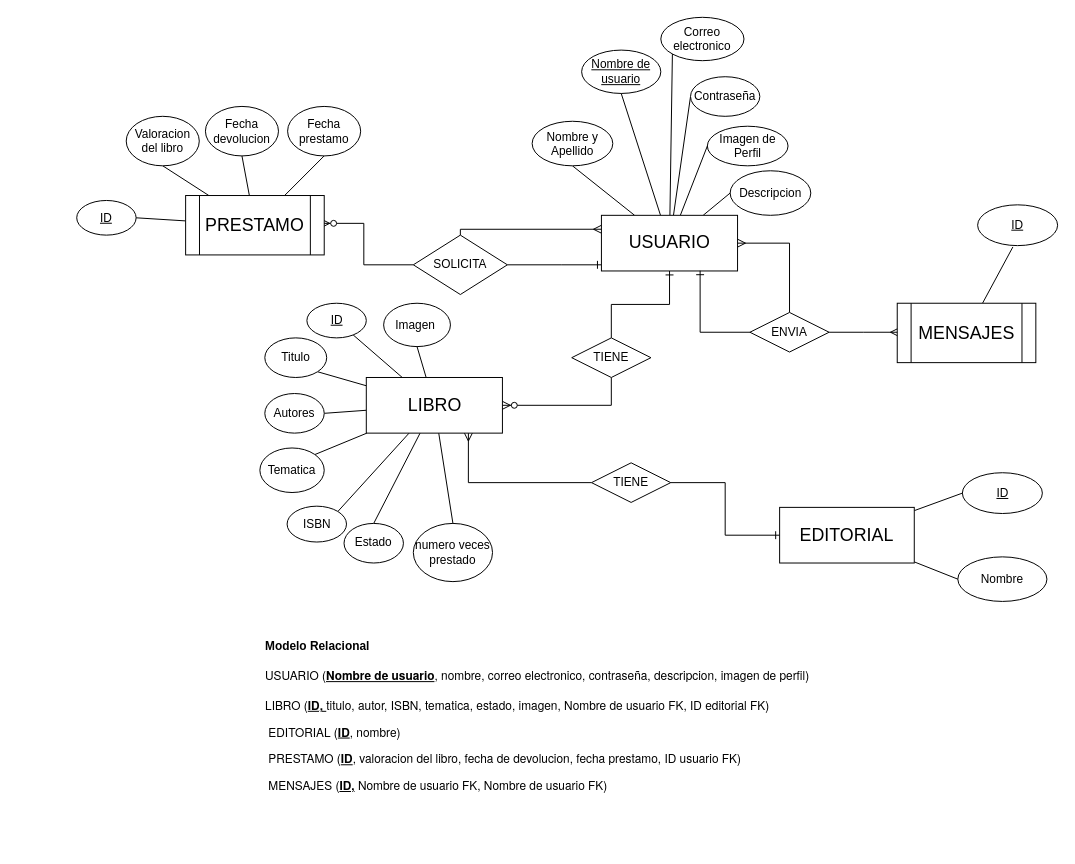
Earlier version of the draw.io diagram PROYECTO PRESTAMO LIBROS - EQUIPO 6.drawio (team-6-Java/Biblioteca-BasesDatos). Source tidied: cells renumbered, new cells numbered last; positions are measured from the earlier drawing's top-left corner, leaving out a move shared by most shapes. Both pictures are drawn from the tidied source at 99%, with x=0, y=0 at pixel (76, 17).
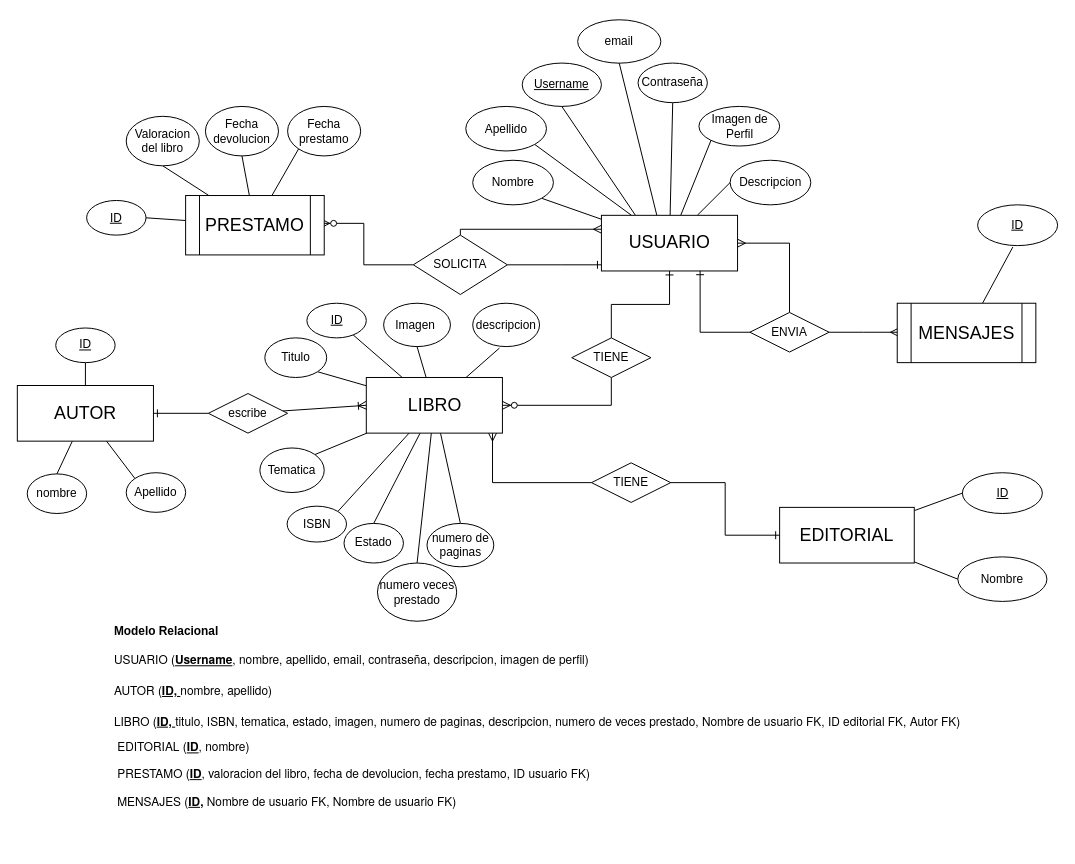
Above is the later version.

Unchanged cells that the change refers to:
```xml
<mxCell id="14" value="&lt;font style=&quot;font-size: 18px&quot;&gt;LIBRO&lt;/font&gt;" style="whiteSpace=wrap;html=1;align=center;" parent="1" vertex="1">
  <mxGeometry x="292.5" y="363.8" width="137.5" height="56.2" as="geometry" />
</mxCell>
<mxCell id="40" value="&lt;font style=&quot;font-size: 18px&quot;&gt;USUARIO&lt;br&gt;&lt;/font&gt;" style="whiteSpace=wrap;html=1;align=center;" parent="1" vertex="1">
  <mxGeometry x="530" y="200" width="137.5" height="56.2" as="geometry" />
</mxCell>
<mxCell id="45" value="TIENE" style="shape=rhombus;perimeter=rhombusPerimeter;whiteSpace=wrap;html=1;align=center;" parent="1" vertex="1">
  <mxGeometry x="520" y="450" width="80" height="40" as="geometry" />
</mxCell>
<mxCell id="51" value="Fecha prestamo" style="ellipse;whiteSpace=wrap;html=1;" parent="1" vertex="1">
  <mxGeometry x="213" y="90" width="73.8" height="50" as="geometry" />
</mxCell>
<mxCell id="57" value="&lt;span style=&quot;font-size: 18px&quot;&gt;PRESTAMO&lt;/span&gt;" style="shape=process;whiteSpace=wrap;html=1;backgroundOutline=1;" parent="1" vertex="1">
  <mxGeometry x="110" y="180" width="140" height="60" as="geometry" />
</mxCell>
```

Change to the diagram source:
```diff
@@
-    <mxCell id="5" style="edgeStyle=orthogonalEdgeStyle;rounded=0;jettySize=auto;html=1;entryX=0;entryY=0.5;entryDx=0;entryDy=0;endArrow=none;endFill=0;startArrow=ERmany;startFill=0;exitX=0.75;exitY=1;exitDx=0;exitDy=0;" parent="1" edge="1" source="14" target="45">
+    <mxCell id="5" style="edgeStyle=orthogonalEdgeStyle;rounded=0;jettySize=auto;html=1;entryX=0;entryY=0.5;entryDx=0;entryDy=0;endArrow=none;endFill=0;startArrow=ERmany;startFill=0;" parent="1" edge="1" source="14" target="45">
       <mxGeometry relative="1" as="geometry">
         <Array as="points">
-          <mxPoint x="396" y="470" />
+          <mxPoint x="420" y="470" />
         </Array>
       </mxGeometry>
     </mxCell>
@@
-    <mxCell id="9" style="edgeStyle=none;rounded=0;jettySize=auto;html=1;entryX=1;entryY=0.5;entryDx=0;entryDy=0;endArrow=none;endFill=0;" parent="1" edge="1" source="14" target="23">
-      <mxGeometry relative="1" as="geometry" />
-    </mxCell>
@@
+    <mxCell id="65" style="edgeStyle=none;rounded=0;jettySize=auto;html=1;entryX=0.5;entryY=0;entryDx=0;entryDy=0;endArrow=none;endFill=0;" parent="1" edge="1" source="14" target="68">
+      <mxGeometry relative="1" as="geometry" />
+    </mxCell>
+    <mxCell id="66" style="edgeStyle=none;rounded=0;jettySize=auto;html=1;entryX=0.4;entryY=1.034;entryDx=0;entryDy=0;entryPerimeter=0;endArrow=none;endFill=0;" parent="1" edge="1" source="14" target="70">
+      <mxGeometry relative="1" as="geometry" />
+    </mxCell>
@@
-    <mxCell id="15" value="Correo electronico" style="ellipse;whiteSpace=wrap;html=1;" parent="1" vertex="1">
-      <mxGeometry x="590" width="84" height="43.8" as="geometry" />
+    <mxCell id="15" value="email" style="ellipse;whiteSpace=wrap;html=1;" parent="1" vertex="1">
+      <mxGeometry x="506" y="2.5" width="84" height="43.8" as="geometry" />
     </mxCell>
-    <mxCell id="16" value="&lt;u&gt;Nombre de usuario&lt;/u&gt;" style="ellipse;whiteSpace=wrap;html=1;" parent="1" vertex="1">
-      <mxGeometry x="510" y="33.1" width="80" height="43.8" as="geometry" />
+    <mxCell id="16" value="&lt;u&gt;Username&lt;/u&gt;" style="ellipse;whiteSpace=wrap;html=1;" parent="1" vertex="1">
+      <mxGeometry x="450" y="46.2" width="80" height="43.8" as="geometry" />
     </mxCell>
     <mxCell id="17" value="Descripcion" style="ellipse;whiteSpace=wrap;html=1;" parent="1" vertex="1">
-      <mxGeometry x="660" y="155" width="81.5" height="45" as="geometry" />
+      <mxGeometry x="660" y="144.4" width="81.5" height="45" as="geometry" />
     </mxCell>
@@
-    <mxCell id="23" value="Autores" style="ellipse;whiteSpace=wrap;html=1;" parent="1" vertex="1">
-      <mxGeometry x="190" y="380" width="60" height="40" as="geometry" />
+    <mxCell id="23" value="nombre" style="ellipse;whiteSpace=wrap;html=1;" parent="1" vertex="1">
+      <mxGeometry x="-50" y="461.2" width="60" height="40" as="geometry" />
     </mxCell>
@@
-    <mxCell id="27" value="&lt;p&gt;&lt;/p&gt;&lt;div style=&quot;text-align: justify&quot;&gt;&lt;div&gt;&lt;b&gt;Modelo Relacional&amp;nbsp;&amp;nbsp;&lt;/b&gt;&lt;/div&gt;&lt;div&gt;&lt;br style=&quot;text-align: center ; background-color: rgb(255 , 255 , 255)&quot;&gt;&lt;/div&gt;&lt;/div&gt;&lt;div style=&quot;text-align: justify&quot;&gt;&lt;span style=&quot;font-family: &amp;#34;whitney&amp;#34; , &amp;#34;helvetica neue&amp;#34; , &amp;#34;helvetica&amp;#34; , &amp;#34;arial&amp;#34; , sans-serif ; background-color: rgb(255 , 255 , 255)&quot;&gt;&lt;font style=&quot;font-size: 12px&quot;&gt;USUARIO (&lt;b&gt;&lt;u&gt;Nombre de usuario&lt;/u&gt;&lt;/b&gt;, nombre, correo electronico, contraseña, descripcion, imagen de perfil)&lt;/font&gt;&lt;/span&gt;&lt;/div&gt;&lt;font style=&quot;font-size: 12px ; background-color: rgb(255 , 255 , 255)&quot;&gt;&lt;div style=&quot;text-align: justify&quot;&gt;&lt;font face=&quot;whitney, helvetica neue, helvetica, arial, sans-serif&quot; style=&quot;font-size: 12px&quot;&gt;&lt;br&gt;&lt;/font&gt;&lt;/div&gt;&lt;font face=&quot;whitney, helvetica neue, helvetica, arial, sans-serif&quot; style=&quot;font-size: 12px&quot;&gt;&lt;div style=&quot;text-align: justify&quot;&gt;LIBRO (&lt;u&gt;&lt;b&gt;ID,&amp;nbsp;&lt;/b&gt;&lt;/u&gt;titulo, autor, ISBN, tematica, estado, imagen, Nombre de usuario FK, ID editorial FK)&lt;/div&gt;&lt;/font&gt;&lt;/font&gt;&lt;p&gt;&lt;/p&gt;&lt;p style=&quot;text-align: justify&quot;&gt;&lt;span style=&quot;font-family: &amp;#34;whitney&amp;#34; , &amp;#34;helvetica neue&amp;#34; , &amp;#34;helvetica&amp;#34; , &amp;#34;arial&amp;#34; , sans-serif ; background-color: rgb(255 , 255 , 255)&quot;&gt;&lt;font style=&quot;font-size: 12px&quot;&gt;&amp;nbsp;EDITORIAL (&lt;b&gt;&lt;u&gt;ID&lt;/u&gt;&lt;/b&gt;, nombre)&amp;nbsp;&lt;/font&gt;&lt;/span&gt;&lt;/p&gt;&lt;p style=&quot;text-align: justify&quot;&gt;&lt;span style=&quot;font-family: &amp;#34;whitney&amp;#34; , &amp;#34;helvetica neue&amp;#34; , &amp;#34;helvetica&amp;#34; , &amp;#34;arial&amp;#34; , sans-serif ; background-color: rgb(255 , 255 , 255)&quot;&gt;&lt;font style=&quot;font-size: 12px&quot;&gt;&amp;nbsp;PRESTAMO (&lt;b&gt;&lt;u&gt;ID&lt;/u&gt;&lt;/b&gt;, valoracion del libro, fecha de devolucion, fecha prestamo, ID usuario FK)&amp;nbsp;&lt;/font&gt;&lt;/span&gt;&lt;/p&gt;&lt;p style=&quot;text-align: justify&quot;&gt;&lt;span style=&quot;font-family: &amp;#34;whitney&amp;#34; , &amp;#34;helvetica neue&amp;#34; , &amp;#34;helvetica&amp;#34; , &amp;#34;arial&amp;#34; , sans-serif ; background-color: rgb(255 , 255 , 255)&quot;&gt;&lt;font style=&quot;font-size: 12px&quot;&gt;&amp;nbsp;MENSAJES (&lt;u style=&quot;font-weight: bold&quot;&gt;ID,&lt;/u&gt; Nombre de usuario FK, Nombre de usuario FK)&amp;nbsp;&lt;/font&gt;&lt;/span&gt;&lt;/p&gt;&lt;p style=&quot;text-align: justify&quot;&gt;&lt;span style=&quot;font-family: &amp;#34;whitney&amp;#34; , &amp;#34;helvetica neue&amp;#34; , &amp;#34;helvetica&amp;#34; , &amp;#34;arial&amp;#34; , sans-serif ; background-color: rgb(255 , 255 , 255)&quot;&gt;&lt;font style=&quot;font-size: 12px&quot;&gt;&amp;nbsp;&lt;/font&gt;&lt;/span&gt;&lt;/p&gt;" style="text;html=1;align=center;verticalAlign=middle;" parent="1" vertex="1">
-      <mxGeometry x="180" y="620" width="570" height="200" as="geometry" />
+    <mxCell id="27" value="&lt;p&gt;&lt;/p&gt;&lt;div style=&quot;text-align: justify&quot;&gt;&lt;div&gt;&lt;b&gt;Modelo Relacional&amp;nbsp;&amp;nbsp;&lt;/b&gt;&lt;/div&gt;&lt;div&gt;&lt;br style=&quot;text-align: center ; background-color: rgb(255 , 255 , 255)&quot;&gt;&lt;/div&gt;&lt;/div&gt;&lt;div style=&quot;text-align: justify&quot;&gt;&lt;span style=&quot;font-family: &amp;#34;whitney&amp;#34; , &amp;#34;helvetica neue&amp;#34; , &amp;#34;helvetica&amp;#34; , &amp;#34;arial&amp;#34; , sans-serif ; background-color: rgb(255 , 255 , 255)&quot;&gt;&lt;font style=&quot;font-size: 12px&quot;&gt;USUARIO (&lt;b&gt;&lt;u&gt;Username&lt;/u&gt;&lt;/b&gt;, nombre, apellido, email, contraseña, descripcion, imagen de perfil)&lt;/font&gt;&lt;/span&gt;&lt;/div&gt;&lt;font style=&quot;font-size: 12px ; background-color: rgb(255 , 255 , 255)&quot;&gt;&lt;div style=&quot;text-align: justify&quot;&gt;&lt;font face=&quot;whitney, helvetica neue, helvetica, arial, sans-serif&quot; style=&quot;font-size: 12px&quot;&gt;&lt;br&gt;&lt;/font&gt;&lt;/div&gt;&lt;div style=&quot;text-align: justify&quot;&gt;&lt;span style=&quot;font-family: &amp;#34;whitney&amp;#34; , &amp;#34;helvetica neue&amp;#34; , &amp;#34;helvetica&amp;#34; , &amp;#34;arial&amp;#34; , sans-serif&quot;&gt;AUTOR (&lt;/span&gt;&lt;span style=&quot;font-family: &amp;#34;whitney&amp;#34; , &amp;#34;helvetica neue&amp;#34; , &amp;#34;helvetica&amp;#34; , &amp;#34;arial&amp;#34; , sans-serif&quot;&gt;&lt;u style=&quot;font-weight: bold&quot;&gt;ID, &lt;/u&gt;nombre, apellido&lt;/span&gt;&lt;span style=&quot;font-family: &amp;#34;whitney&amp;#34; , &amp;#34;helvetica neue&amp;#34; , &amp;#34;helvetica&amp;#34; , &amp;#34;arial&amp;#34; , sans-serif&quot;&gt;)&lt;/span&gt;&lt;font face=&quot;whitney, helvetica neue, helvetica, arial, sans-serif&quot; style=&quot;font-size: 12px&quot;&gt;&lt;br&gt;&lt;/font&gt;&lt;/div&gt;&lt;div style=&quot;text-align: justify&quot;&gt;&lt;span style=&quot;font-family: &amp;#34;whitney&amp;#34; , &amp;#34;helvetica neue&amp;#34; , &amp;#34;helvetica&amp;#34; , &amp;#34;arial&amp;#34; , sans-serif&quot;&gt;&lt;br&gt;&lt;/span&gt;&lt;/div&gt;&lt;font face=&quot;whitney, helvetica neue, helvetica, arial, sans-serif&quot; style=&quot;font-size: 12px&quot;&gt;&lt;div style=&quot;text-align: justify&quot;&gt;LIBRO (&lt;u&gt;&lt;b&gt;ID,&amp;nbsp;&lt;/b&gt;&lt;/u&gt;titulo, ISBN, tematica, estado, imagen, numero de paginas, descripcion, numero de veces prestado, Nombre de usuario FK, ID editorial FK, Autor FK)&lt;/div&gt;&lt;/font&gt;&lt;/font&gt;&lt;p&gt;&lt;/p&gt;&lt;p style=&quot;text-align: justify&quot;&gt;&lt;span style=&quot;font-family: &amp;#34;whitney&amp;#34; , &amp;#34;helvetica neue&amp;#34; , &amp;#34;helvetica&amp;#34; , &amp;#34;arial&amp;#34; , sans-serif ; background-color: rgb(255 , 255 , 255)&quot;&gt;&lt;font style=&quot;font-size: 12px&quot;&gt;&amp;nbsp;EDITORIAL (&lt;b&gt;&lt;u&gt;ID&lt;/u&gt;&lt;/b&gt;, nombre)&amp;nbsp;&lt;/font&gt;&lt;/span&gt;&lt;/p&gt;&lt;p style=&quot;text-align: justify&quot;&gt;&lt;span style=&quot;font-family: &amp;#34;whitney&amp;#34; , &amp;#34;helvetica neue&amp;#34; , &amp;#34;helvetica&amp;#34; , &amp;#34;arial&amp;#34; , sans-serif ; background-color: rgb(255 , 255 , 255)&quot;&gt;&lt;font style=&quot;font-size: 12px&quot;&gt;&amp;nbsp;PRESTAMO (&lt;b&gt;&lt;u&gt;ID&lt;/u&gt;&lt;/b&gt;, valoracion del libro, fecha de devolucion, fecha prestamo, ID usuario FK)&amp;nbsp;&lt;/font&gt;&lt;/span&gt;&lt;/p&gt;&lt;p style=&quot;text-align: justify&quot;&gt;&lt;span style=&quot;font-family: &amp;#34;whitney&amp;#34; , &amp;#34;helvetica neue&amp;#34; , &amp;#34;helvetica&amp;#34; , &amp;#34;arial&amp;#34; , sans-serif ; background-color: rgb(255 , 255 , 255)&quot;&gt;&lt;font style=&quot;font-size: 12px&quot;&gt;&amp;nbsp;MENSAJES (&lt;u style=&quot;font-weight: bold&quot;&gt;ID,&lt;/u&gt; Nombre de usuario FK, Nombre de usuario FK)&amp;nbsp;&lt;/font&gt;&lt;/span&gt;&lt;/p&gt;&lt;p style=&quot;text-align: justify&quot;&gt;&lt;span style=&quot;font-family: &amp;#34;whitney&amp;#34; , &amp;#34;helvetica neue&amp;#34; , &amp;#34;helvetica&amp;#34; , &amp;#34;arial&amp;#34; , sans-serif ; background-color: rgb(255 , 255 , 255)&quot;&gt;&lt;font style=&quot;font-size: 12px&quot;&gt;&amp;nbsp;&lt;/font&gt;&lt;/span&gt;&lt;/p&gt;" style="text;html=1;align=center;verticalAlign=middle;" parent="1" vertex="1">
+      <mxGeometry x="25" y="605" width="880" height="230" as="geometry" />
     </mxCell>
@@
     <mxCell id="31" value="Imagen de Perfil" style="ellipse;whiteSpace=wrap;html=1;" parent="1" vertex="1">
-      <mxGeometry x="637" y="110" width="81.5" height="40" as="geometry" />
+      <mxGeometry x="628.5" y="90" width="81.5" height="40" as="geometry" />
     </mxCell>
@@
-    <mxCell id="34" style="edgeStyle=none;rounded=0;jettySize=auto;html=1;entryX=0.5;entryY=1;entryDx=0;entryDy=0;endArrow=none;endFill=0;" parent="1" edge="1" source="40" target="16">
+    <mxCell id="34" style="edgeStyle=none;rounded=0;jettySize=auto;html=1;entryX=0.5;entryY=1;entryDx=0;entryDy=0;endArrow=none;endFill=0;exitX=0.25;exitY=0;exitDx=0;exitDy=0;" parent="1" edge="1" source="40" target="16">
       <mxGeometry relative="1" as="geometry" />
     </mxCell>
-    <mxCell id="35" style="edgeStyle=none;rounded=0;jettySize=auto;html=1;entryX=0;entryY=1;entryDx=0;entryDy=0;endArrow=none;endFill=0;" parent="1" edge="1" source="40" target="15">
+    <mxCell id="35" style="edgeStyle=none;rounded=0;jettySize=auto;html=1;entryX=0.5;entryY=1;entryDx=0;entryDy=0;endArrow=none;endFill=0;exitX=0.407;exitY=0;exitDx=0;exitDy=0;exitPerimeter=0;" parent="1" edge="1" source="40" target="15">
       <mxGeometry relative="1" as="geometry" />
     </mxCell>
-    <mxCell id="36" style="edgeStyle=none;rounded=0;jettySize=auto;html=1;entryX=0;entryY=0.5;entryDx=0;entryDy=0;endArrow=none;endFill=0;" parent="1" edge="1" source="40" target="46">
+    <mxCell id="36" style="edgeStyle=none;rounded=0;jettySize=auto;html=1;entryX=0.5;entryY=1;entryDx=0;entryDy=0;endArrow=none;endFill=0;" parent="1" edge="1" source="40" target="46">
       <mxGeometry relative="1" as="geometry" />
     </mxCell>
-    <mxCell id="37" style="edgeStyle=none;rounded=0;jettySize=auto;html=1;entryX=0;entryY=0.5;entryDx=0;entryDy=0;endArrow=none;endFill=0;" parent="1" edge="1" source="40" target="31">
+    <mxCell id="37" style="edgeStyle=none;rounded=0;jettySize=auto;html=1;entryX=0;entryY=1;entryDx=0;entryDy=0;endArrow=none;endFill=0;" parent="1" edge="1" source="40" target="31">
       <mxGeometry relative="1" as="geometry" />
     </mxCell>
@@
-    <mxCell id="39" style="rounded=0;jettySize=auto;html=1;entryX=0.5;entryY=1;entryDx=0;entryDy=0;endArrow=none;endFill=0;" parent="1" edge="1" source="40" target="63">
+    <mxCell id="39" style="rounded=0;jettySize=auto;html=1;entryX=1;entryY=1;entryDx=0;entryDy=0;endArrow=none;endFill=0;" parent="1" edge="1" source="40" target="63">
       <mxGeometry relative="1" as="geometry" />
     </mxCell>
+    <mxCell id="67" style="edgeStyle=none;rounded=0;jettySize=auto;html=1;entryX=1;entryY=1;entryDx=0;entryDy=0;endArrow=none;endFill=0;" parent="1" edge="1" source="40" target="69">
+      <mxGeometry relative="1" as="geometry" />
+    </mxCell>
@@
     <mxCell id="46" value="Contraseña" style="ellipse;whiteSpace=wrap;html=1;" parent="1" vertex="1">
-      <mxGeometry x="620" y="60" width="70" height="40" as="geometry" />
+      <mxGeometry x="567" y="46.2" width="70" height="40" as="geometry" />
     </mxCell>
@@
-    <mxCell id="53" style="edgeStyle=none;rounded=0;jettySize=auto;html=1;entryX=0.5;entryY=1;entryDx=0;entryDy=0;startArrow=none;startFill=0;endArrow=none;endFill=0;" parent="1" edge="1" source="57" target="51">
+    <mxCell id="53" style="edgeStyle=none;rounded=0;jettySize=auto;html=1;entryX=0;entryY=1;entryDx=0;entryDy=0;startArrow=none;startFill=0;endArrow=none;endFill=0;" parent="1" edge="1" source="57" target="51">
       <mxGeometry relative="1" as="geometry" />
     </mxCell>
@@
     <mxCell id="61" value="&lt;u&gt;ID&lt;/u&gt;" style="ellipse;whiteSpace=wrap;html=1;" parent="1" vertex="1">
-      <mxGeometry y="185" width="60" height="35" as="geometry" />
+      <mxGeometry x="10" y="185" width="60" height="35" as="geometry" />
     </mxCell>
@@
-    <mxCell id="63" value="Nombre y Apellido" style="ellipse;whiteSpace=wrap;html=1;" parent="1" vertex="1">
-      <mxGeometry x="460" y="105" width="81.5" height="45" as="geometry" />
+    <mxCell id="63" value="Nombre" style="ellipse;whiteSpace=wrap;html=1;" parent="1" vertex="1">
+      <mxGeometry x="400" y="144.4" width="81.5" height="45" as="geometry" />
     </mxCell>
     <mxCell id="64" value="numero veces prestado" style="ellipse;whiteSpace=wrap;html=1;" parent="1" vertex="1">
-      <mxGeometry x="340" y="511.2" width="80" height="58.8" as="geometry" />
+      <mxGeometry x="303.8" y="551.2" width="80" height="58.8" as="geometry" />
     </mxCell>
+    <mxCell id="68" value="numero de paginas" style="ellipse;whiteSpace=wrap;html=1;" parent="1" vertex="1">
+      <mxGeometry x="353.8" y="511.2" width="67.5" height="43.8" as="geometry" />
+    </mxCell>
+    <mxCell id="69" value="Apellido" style="ellipse;whiteSpace=wrap;html=1;" parent="1" vertex="1">
+      <mxGeometry x="393" y="90" width="81.5" height="45" as="geometry" />
+    </mxCell>
+    <mxCell id="70" value="descripcion" style="ellipse;whiteSpace=wrap;html=1;" parent="1" vertex="1">
+      <mxGeometry x="400" y="288.8" width="67.5" height="43.8" as="geometry" />
+    </mxCell>
+    <mxCell id="71" style="edgeStyle=none;rounded=0;jettySize=auto;html=1;entryX=0;entryY=0.5;entryDx=0;entryDy=0;endArrow=ERoneToMany;endFill=0;" parent="1" edge="1" source="78" target="14">
+      <mxGeometry relative="1" as="geometry" />
+    </mxCell>
+    <mxCell id="72" style="edgeStyle=none;rounded=0;jettySize=auto;html=1;entryX=0.5;entryY=1;entryDx=0;entryDy=0;startArrow=none;startFill=0;endArrow=none;endFill=0;" parent="1" edge="1" source="75" target="77">
+      <mxGeometry relative="1" as="geometry" />
+    </mxCell>
+    <mxCell id="73" style="edgeStyle=none;rounded=0;jettySize=auto;html=1;entryX=0.5;entryY=0;entryDx=0;entryDy=0;startArrow=none;startFill=0;endArrow=none;endFill=0;" parent="1" edge="1" source="75" target="23">
+      <mxGeometry relative="1" as="geometry" />
+    </mxCell>
+    <mxCell id="74" style="edgeStyle=none;rounded=0;jettySize=auto;html=1;entryX=0;entryY=0;entryDx=0;entryDy=0;startArrow=none;startFill=0;endArrow=none;endFill=0;" parent="1" edge="1" source="75" target="76">
+      <mxGeometry relative="1" as="geometry" />
+    </mxCell>
+    <mxCell id="75" value="&lt;font style=&quot;font-size: 18px&quot;&gt;AUTOR&lt;/font&gt;" style="whiteSpace=wrap;html=1;align=center;" parent="1" vertex="1">
+      <mxGeometry x="-60" y="371.9" width="137.5" height="56.2" as="geometry" />
+    </mxCell>
+    <mxCell id="76" value="Apellido" style="ellipse;whiteSpace=wrap;html=1;" parent="1" vertex="1">
+      <mxGeometry x="50" y="460" width="60" height="40" as="geometry" />
+    </mxCell>
+    <mxCell id="77" value="&lt;u&gt;ID&lt;/u&gt;" style="ellipse;whiteSpace=wrap;html=1;" parent="1" vertex="1">
+      <mxGeometry x="-21.2" y="313.8" width="60" height="35" as="geometry" />
+    </mxCell>
+    <mxCell id="78" value="escribe" style="shape=rhombus;perimeter=rhombusPerimeter;whiteSpace=wrap;html=1;align=center;" parent="1" vertex="1">
+      <mxGeometry x="133" y="380" width="80" height="40" as="geometry" />
+    </mxCell>
+    <mxCell id="79" style="edgeStyle=none;rounded=0;jettySize=auto;html=1;entryX=0;entryY=0.5;entryDx=0;entryDy=0;endArrow=none;endFill=0;startArrow=ERone;startFill=0;" parent="1" edge="1" source="75" target="78">
+      <mxGeometry relative="1" as="geometry" />
+    </mxCell>
```
